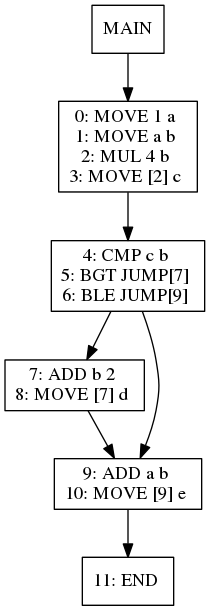
The Graphviz diagram viz/test017.dot.png in jiahanwang/PL241-Compiler, before a commit. Its source is kept beside it as viz/test017.dot.
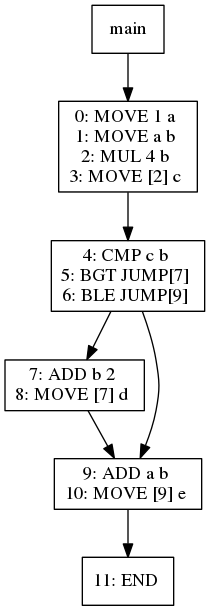
The same file after the commit.

What changed in the source:
```diff
@@ -1,27 +1,27 @@
 digraph test017 {
 node [shape=box]
-1[label="MAIN"]
-1 -> 3
-3[label="0: MOVE 1 a
+330[label="main"]
+330 -> 332
+332[label="0: MOVE 1 a
 1: MOVE a b
 2: MUL 4 b
 3: MOVE [2] c
 "]
-3 -> 6
-6[label="4: CMP c b
+332 -> 335
+335[label="4: CMP c b
 5: BGT JUMP[7]
 6: BLE JUMP[9]
 "]
-6 -> 8
-8[label="7: ADD b 2
+335 -> 337
+337[label="7: ADD b 2
 8: MOVE [7] d
 "]
-8 -> 7
-7[label="9: ADD a b
+337 -> 336
+336[label="9: ADD a b
 10: MOVE [9] e
 "]
-7 -> 10
-10[label="11: END
+336 -> 339
+339[label="11: END
 "]
-6 -> 7
+335 -> 336
 }
```
